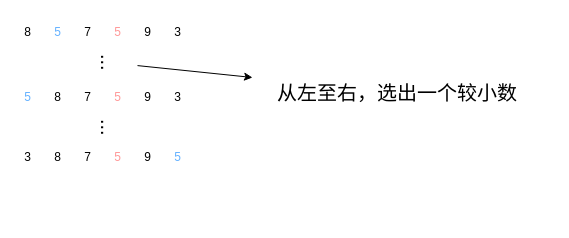
This is selectSort.drawio from lm-lan/document, a draw.io file, before an edit. Source tidied: cells renumbered, new cells numbered last; positions are measured from the earlier drawing's top-left corner, leaving out a move shared by most shapes. Both pictures are drawn from the tidied source at 100%, with x=0, y=0 at pixel (17, 17).
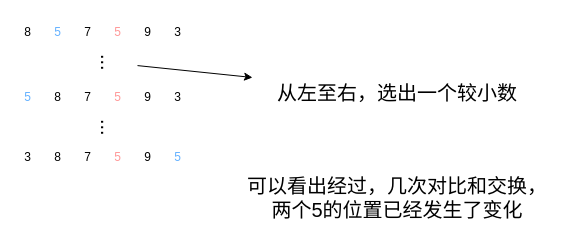
The same diagram, later.

The edit, as a diff of the source:
```diff
@@
+    <mxCell id="24" value="可以看出经过，几次对比和交换，两个5的位置已经发生了变化" style="text;html=1;align=center;verticalAlign=middle;whiteSpace=wrap;rounded=0;fontSize=20;" parent="1" vertex="1">
+      <mxGeometry x="225" y="165" width="310" height="30" as="geometry" />
+    </mxCell>
```
